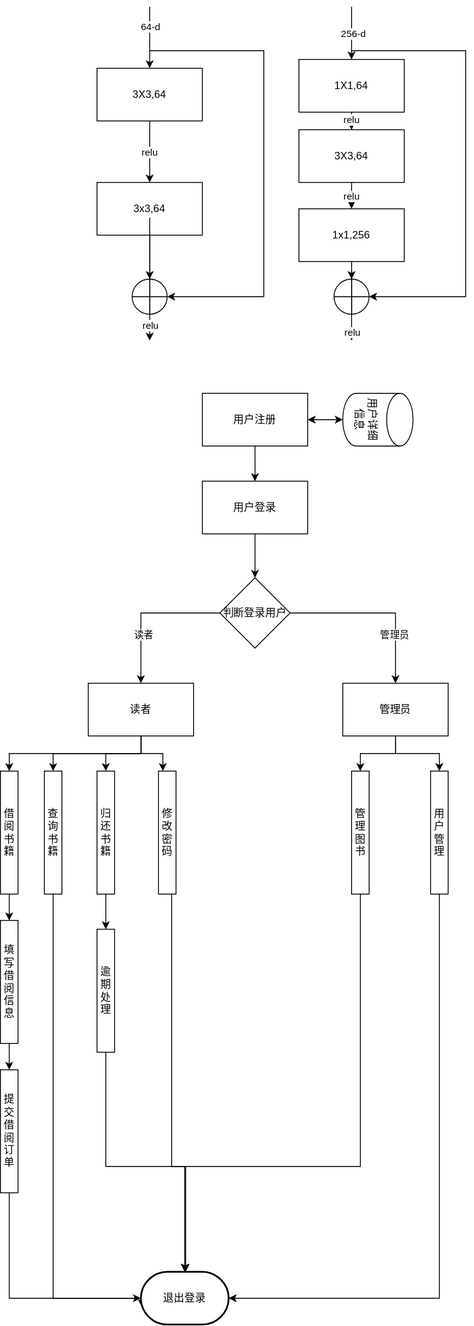
Above: yolov3.drawio.svg in mujianyu/drawio (draw.io), before the change. Source tidied: cells renumbered, new cells last; positions are measured from the earlier drawing's top-left corner, leaving out a move shared by most shapes.
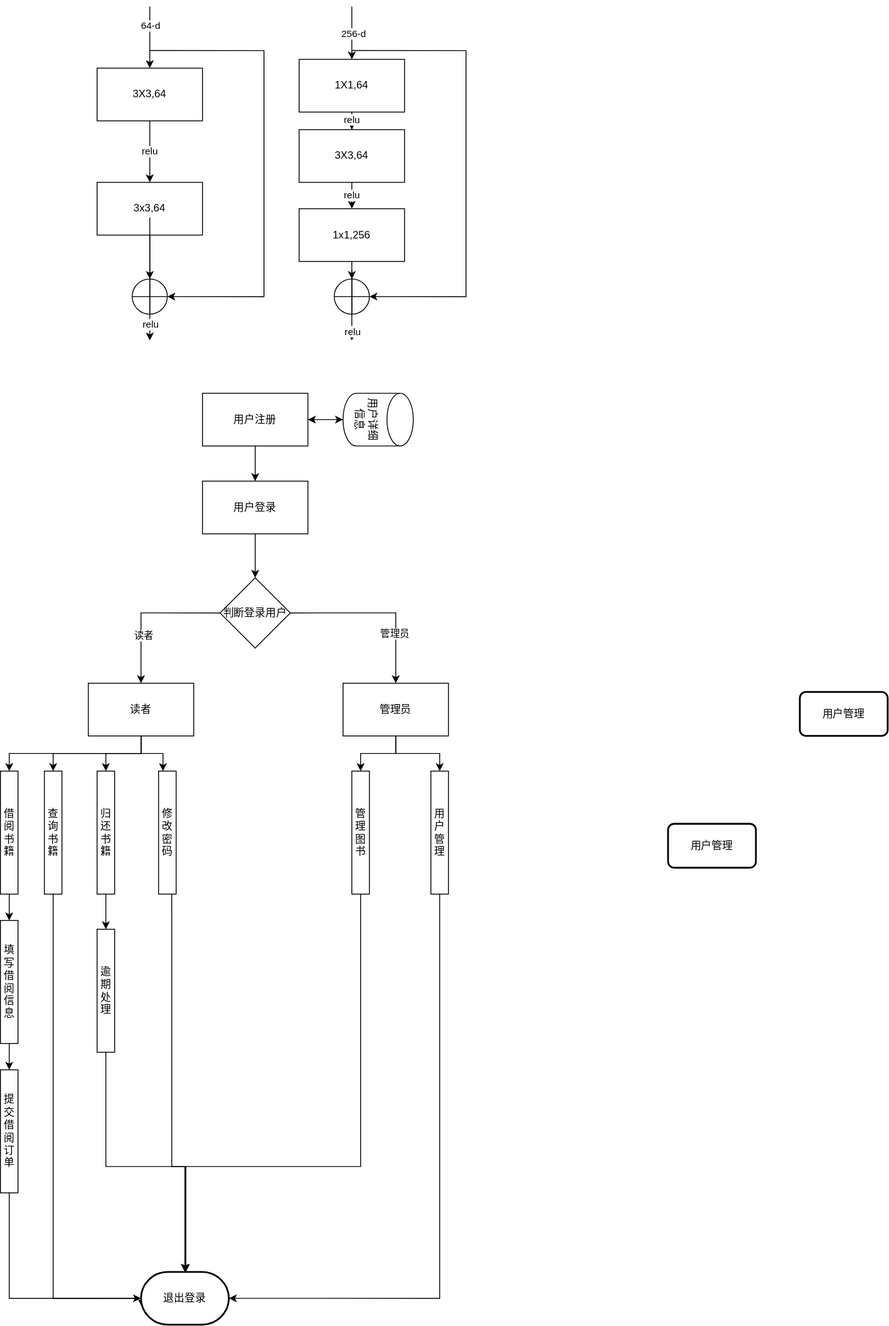
Later version of the same file.

Diff of the diagram source:
```diff
@@ -233,5 +233,11 @@
     <mxCell id="62" style="edgeStyle=orthogonalEdgeStyle;rounded=0;jettySize=auto;html=1;exitX=0.5;exitY=1;exitDx=0;exitDy=0;entryX=1;entryY=0.5;entryDx=0;entryDy=0;entryPerimeter=0;" parent="1" edge="1" source="60" target="57">
       <mxGeometry relative="1" as="geometry" />
     </mxCell>
+    <mxCell id="63" value="用户管理" style="rounded=1;whiteSpace=wrap;html=1;absoluteArcSize=1;arcSize=14;strokeWidth=2;" parent="1" vertex="1">
+      <mxGeometry x="910" y="780" width="100" height="50" as="geometry" />
+    </mxCell>
+    <mxCell id="64" value="用户管理" style="rounded=1;whiteSpace=wrap;html=1;absoluteArcSize=1;arcSize=14;strokeWidth=2;" parent="1" vertex="1">
+      <mxGeometry x="760" y="930" width="100" height="50" as="geometry" />
+    </mxCell>
   </root>
 </mxGraphModel>
```
